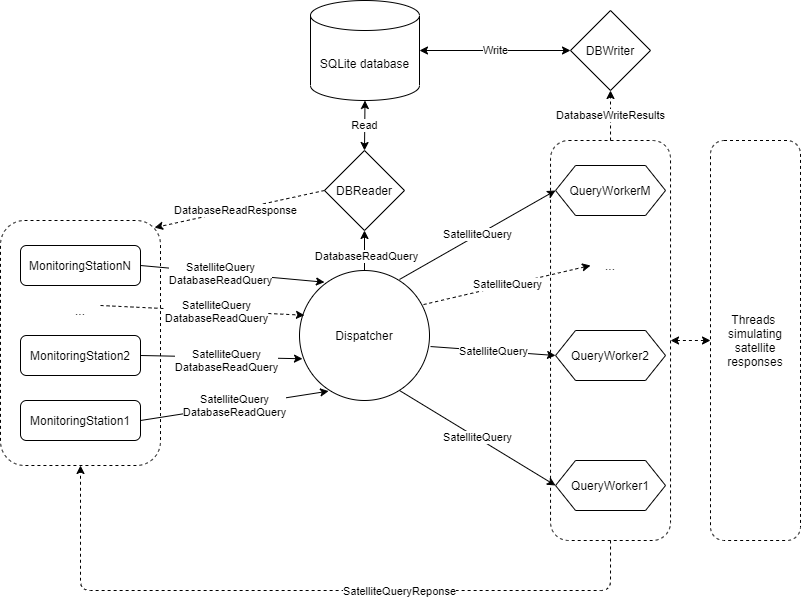
The draw.io diagram Systemy rozproszone/Lab4/Zadanie/Akka1.png in Observer46/DistributedSystem, before a commit. Source tidied: cells renumbered, new cells last; positions are measured from the earlier drawing's top-left corner, leaving out a move shared by most shapes.
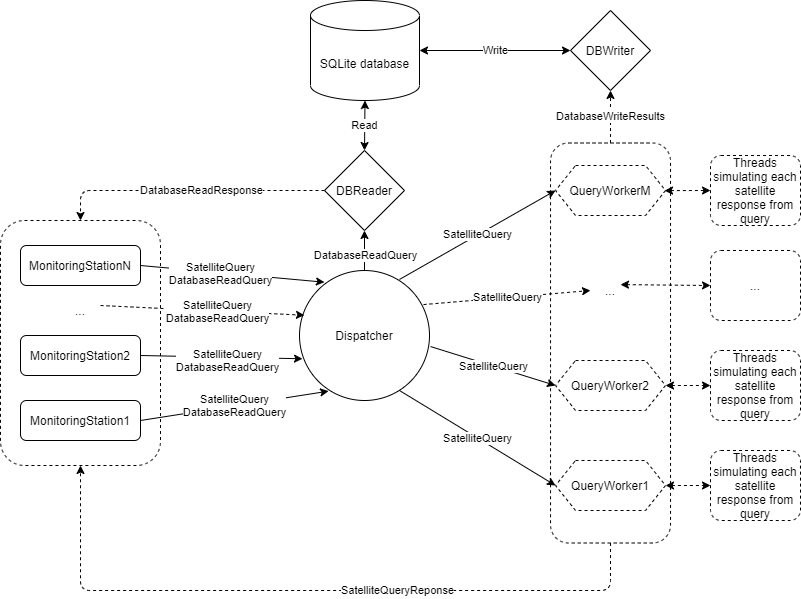
The same diagram one commit later.

The edit, as a diff of the source:
```diff
@@ -20,17 +20,17 @@
     <mxCell id="7" value="Dispatcher" style="ellipse;whiteSpace=wrap;html=1;" parent="1" vertex="1">
       <mxGeometry x="299" y="270" width="130" height="130" as="geometry" />
     </mxCell>
-    <mxCell id="8" value="QueryWorker1" style="shape=hexagon;perimeter=hexagonPerimeter2;whiteSpace=wrap;html=1;fixedSize=1;" parent="1" vertex="1">
+    <mxCell id="8" value="QueryWorker1" style="shape=hexagon;perimeter=hexagonPerimeter2;whiteSpace=wrap;html=1;fixedSize=1;dashed=1;" parent="1" vertex="1">
       <mxGeometry x="555" y="460" width="110" height="50" as="geometry" />
     </mxCell>
-    <mxCell id="9" value="QueryWorker2" style="shape=hexagon;perimeter=hexagonPerimeter2;whiteSpace=wrap;html=1;fixedSize=1;" parent="1" vertex="1">
-      <mxGeometry x="555" y="330" width="110" height="50" as="geometry" />
+    <mxCell id="9" value="QueryWorker2" style="shape=hexagon;perimeter=hexagonPerimeter2;whiteSpace=wrap;html=1;fixedSize=1;dashed=1;" parent="1" vertex="1">
+      <mxGeometry x="555" y="360" width="110" height="50" as="geometry" />
     </mxCell>
-    <mxCell id="10" value="QueryWorkerM" style="shape=hexagon;perimeter=hexagonPerimeter2;whiteSpace=wrap;html=1;fixedSize=1;" parent="1" vertex="1">
+    <mxCell id="10" value="QueryWorkerM" style="shape=hexagon;perimeter=hexagonPerimeter2;whiteSpace=wrap;html=1;fixedSize=1;dashed=1;" parent="1" vertex="1">
       <mxGeometry x="555" y="165" width="110" height="50" as="geometry" />
     </mxCell>
     <mxCell id="11" value="..." style="text;html=1;strokeColor=none;fillColor=none;align=center;verticalAlign=middle;whiteSpace=wrap;rounded=0;" parent="1" vertex="1">
-      <mxGeometry x="590" y="255" width="40" height="20" as="geometry" />
+      <mxGeometry x="590" y="280" width="40" height="20" as="geometry" />
     </mxCell>
     <mxCell id="12" value="DBWriter" style="rhombus;whiteSpace=wrap;html=1;" parent="1" vertex="1">
       <mxGeometry x="570" y="10" width="80" height="80" as="geometry" />
@@ -72,12 +72,16 @@
     <mxCell id="21" style="rounded=1;whiteSpace=wrap;html=1;fillColor=none;dashed=1;" parent="1" vertex="1">
       <mxGeometry y="220" width="160" height="245" as="geometry" />
     </mxCell>
-    <mxCell id="22" style="endArrow=classic;html=1;exitX=0;exitY=0.5;exitDx=0;exitDy=0;entryX=0.963;entryY=0.029;entryDx=0;entryDy=0;entryPerimeter=0;dashed=1;" parent="1" edge="1" source="13" target="21">
-      <mxGeometry relative="1" as="geometry" />
+    <mxCell id="22" style="endArrow=classic;html=1;exitX=0;exitY=0.5;exitDx=0;exitDy=0;entryX=0.5;entryY=0;entryDx=0;entryDy=0;dashed=1;" parent="1" edge="1" source="13" target="21">
+      <mxGeometry relative="1" as="geometry">
+        <Array as="points">
+          <mxPoint x="80" y="190" />
+        </Array>
+      </mxGeometry>
     </mxCell>
     <mxCell id="23" value="DatabaseReadResponse" style="edgeLabel;html=1;align=center;verticalAlign=middle;" parent="22" vertex="1">
       <mxGeometry x="-0.22" y="3" relative="1" as="geometry">
-        <mxPoint x="-24" y="2" as="offset" />
+        <mxPoint x="-16" y="-3" as="offset" />
       </mxGeometry>
     </mxCell>
     <mxCell id="24" value="Read" style="endArrow=classic;startArrow=classic;html=1;exitX=0.5;exitY=0;exitDx=0;exitDy=0;entryX=0.5;entryY=1;entryDx=0;entryDy=0;entryPerimeter=0;" parent="1" edge="1" source="13" target="2">
@@ -107,7 +111,7 @@
       <mxGeometry relative="1" as="geometry" />
     </mxCell>
     <mxCell id="32" style="rounded=1;whiteSpace=wrap;html=1;dashed=1;fillColor=none;" parent="1" vertex="1">
-      <mxGeometry x="550" y="140" width="120" height="400" as="geometry" />
+      <mxGeometry x="550" y="142.5" width="120" height="400" as="geometry" />
     </mxCell>
     <mxCell id="33" value="DatabaseWriteResults" style="endArrow=classic;html=1;exitX=0.5;exitY=0;exitDx=0;exitDy=0;dashed=1;entryX=0.5;entryY=1;entryDx=0;entryDy=0;" parent="1" edge="1" source="32" target="12">
       <mxGeometry relative="1" as="geometry" />
@@ -125,11 +129,33 @@
         <mxPoint x="-49" as="offset" />
       </mxGeometry>
     </mxCell>
-    <mxCell id="36" value="Threads &lt;br&gt;simulating&lt;br&gt;satellite&lt;br&gt;responses" style="rounded=1;whiteSpace=wrap;html=1;fillColor=none;dashed=1;" parent="1" vertex="1">
-      <mxGeometry x="710" y="140" width="90" height="400" as="geometry" />
+    <mxCell id="36" value="Threads simulating each satellite response from query" style="rounded=1;whiteSpace=wrap;html=1;fillColor=none;dashed=1;" parent="1" vertex="1">
+      <mxGeometry x="710" y="155" width="90" height="70" as="geometry" />
     </mxCell>
-    <mxCell id="37" style="endArrow=classic;startArrow=classic;html=1;dashed=1;entryX=0;entryY=0.5;entryDx=0;entryDy=0;exitX=1;exitY=0.5;exitDx=0;exitDy=0;" parent="1" edge="1" source="32" target="36">
+    <mxCell id="37" style="endArrow=classic;startArrow=classic;html=1;dashed=1;entryX=0;entryY=0.5;entryDx=0;entryDy=0;exitX=0.95;exitY=0.119;exitDx=0;exitDy=0;exitPerimeter=0;" parent="1" edge="1" source="32" target="36">
       <mxGeometry relative="1" as="geometry" />
     </mxCell>
+    <mxCell id="38" value="Threads simulating each satellite response from query" style="rounded=1;whiteSpace=wrap;html=1;fillColor=none;dashed=1;" parent="1" vertex="1">
+      <mxGeometry x="710" y="350" width="90" height="70" as="geometry" />
+    </mxCell>
+    <mxCell id="39" style="endArrow=classic;startArrow=classic;html=1;dashed=1;entryX=0;entryY=0.5;entryDx=0;entryDy=0;" parent="1" edge="1" target="38">
+      <mxGeometry relative="1" as="geometry">
+        <mxPoint x="665" y="385" as="sourcePoint" />
+      </mxGeometry>
+    </mxCell>
+    <mxCell id="40" value="..." style="rounded=1;whiteSpace=wrap;html=1;fillColor=none;dashed=1;" parent="1" vertex="1">
+      <mxGeometry x="710" y="250" width="90" height="70" as="geometry" />
+    </mxCell>
+    <mxCell id="41" style="endArrow=classic;startArrow=classic;html=1;dashed=1;entryX=0;entryY=0.5;entryDx=0;entryDy=0;exitX=0.583;exitY=0.354;exitDx=0;exitDy=0;exitPerimeter=0;" parent="1" edge="1" source="32" target="40">
+      <mxGeometry relative="1" as="geometry" />
+    </mxCell>
+    <mxCell id="42" value="Threads simulating each satellite response from query" style="rounded=1;whiteSpace=wrap;html=1;fillColor=none;dashed=1;" parent="1" vertex="1">
+      <mxGeometry x="710" y="450" width="90" height="70" as="geometry" />
+    </mxCell>
+    <mxCell id="43" style="endArrow=classic;startArrow=classic;html=1;dashed=1;entryX=0;entryY=0.5;entryDx=0;entryDy=0;exitX=0.916;exitY=0.125;exitDx=0;exitDy=0;exitPerimeter=0;" parent="1" edge="1" target="42">
+      <mxGeometry relative="1" as="geometry">
+        <mxPoint x="665" y="485" as="sourcePoint" />
+      </mxGeometry>
+    </mxCell>
   </root>
 </mxGraphModel>
```
